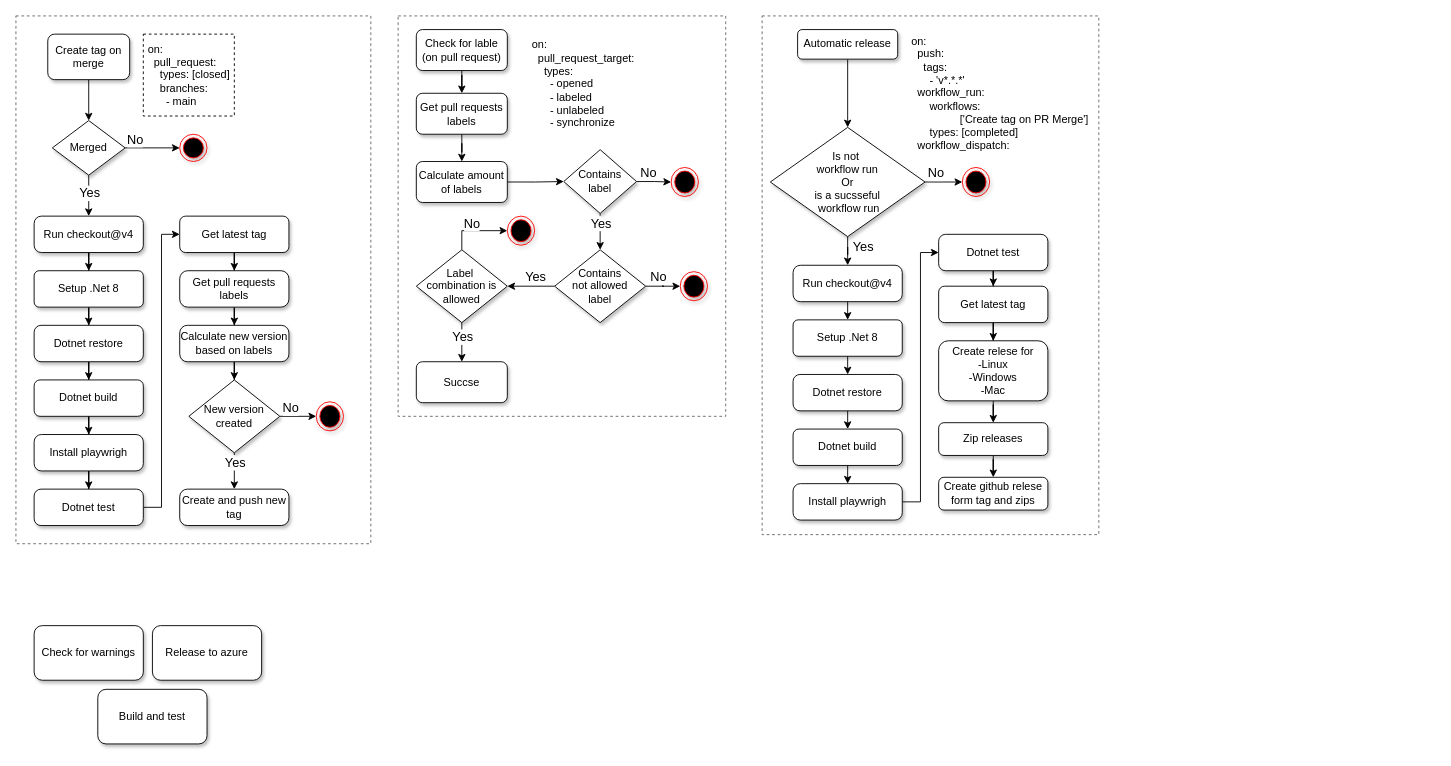
The draw.io diagram docs/models/Github workflows.drawio in ITU-BDSA2024-GROUP10/Chirp, before the edit. Source tidied: cells renumbered, new cells numbered last; positions are measured from the earlier drawing's top-left corner, leaving out a move shared by most shapes. Both pictures are drawn from the tidied source at 91%, with x=0, y=0 at pixel (15, 15).
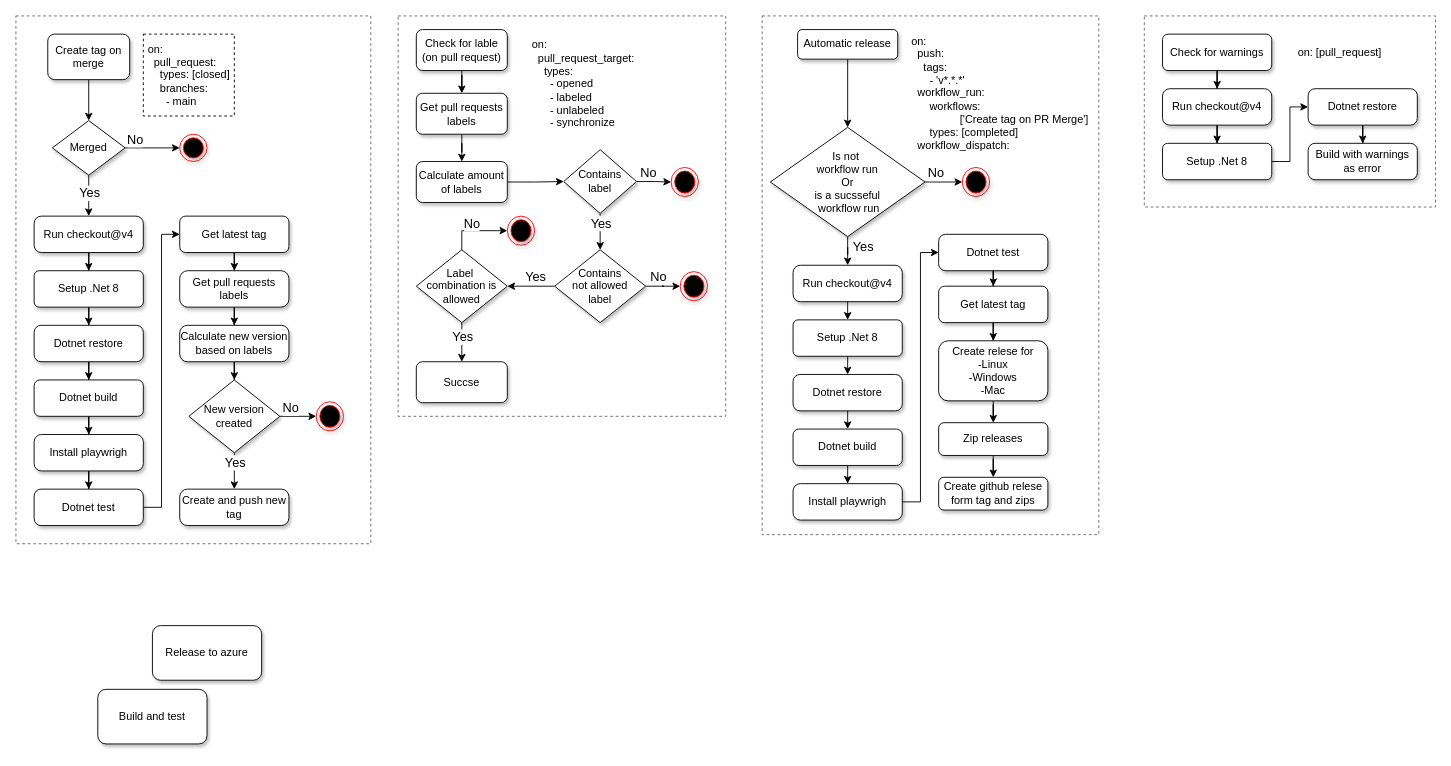
The same diagram, later.

Commit message:
Added diagram for "check for warnings"

Change to the diagram source:
```diff
@@
+    <mxCell id="96" style="rounded=0;whiteSpace=wrap;html=1;fillColor=none;dashed=1;strokeWidth=1;fontColor=#333333;strokeColor=#666666;" parent="1" vertex="1">
+      <mxGeometry x="1240" width="320" height="210" as="geometry" />
+    </mxCell>
@@
+    <mxCell id="97" style="edgeStyle=orthogonalEdgeStyle;rounded=0;jettySize=auto;html=1;entryX=0.5;entryY=0;entryDx=0;entryDy=0;" parent="1" edge="1" source="12" target="100">
+      <mxGeometry relative="1" as="geometry" />
+    </mxCell>
     <mxCell id="12" value="Check for warnings" style="rounded=1;whiteSpace=wrap;html=1;shadow=1;" parent="1" vertex="1">
-      <mxGeometry x="20" y="670" width="120" height="60" as="geometry" />
+      <mxGeometry x="1260" y="20" width="120" height="40" as="geometry" />
     </mxCell>
@@
+    <mxCell id="98" value="on: [pull_request]" style="text;html=1;align=center;verticalAlign=middle;whiteSpace=wrap;rounded=0;" parent="1" vertex="1">
+      <mxGeometry x="1400" y="25" width="110" height="30" as="geometry" />
+    </mxCell>
+    <mxCell id="99" style="edgeStyle=orthogonalEdgeStyle;rounded=0;jettySize=auto;html=1;" parent="1" edge="1" source="100" target="102">
+      <mxGeometry relative="1" as="geometry" />
+    </mxCell>
+    <mxCell id="100" value="Run checkout@v4" style="rounded=1;whiteSpace=wrap;html=1;arcSize=20;shadow=1;" parent="1" vertex="1">
+      <mxGeometry x="1260" y="80" width="120" height="40" as="geometry" />
+    </mxCell>
+    <mxCell id="101" style="edgeStyle=orthogonalEdgeStyle;rounded=0;jettySize=auto;html=1;entryX=0;entryY=0.5;entryDx=0;entryDy=0;" parent="1" edge="1" source="102" target="104">
+      <mxGeometry relative="1" as="geometry" />
+    </mxCell>
+    <mxCell id="102" value="Setup .Net 8" style="rounded=1;whiteSpace=wrap;html=1;arcSize=14;shadow=1;" parent="1" vertex="1">
+      <mxGeometry x="1260" y="140" width="120" height="40" as="geometry" />
+    </mxCell>
+    <mxCell id="103" style="edgeStyle=orthogonalEdgeStyle;rounded=0;jettySize=auto;html=1;" parent="1" edge="1" source="104" target="105">
+      <mxGeometry relative="1" as="geometry" />
+    </mxCell>
+    <mxCell id="104" value="Dotnet restore" style="rounded=1;whiteSpace=wrap;html=1;arcSize=19;shadow=1;" parent="1" vertex="1">
+      <mxGeometry x="1420" y="80" width="120" height="40" as="geometry" />
+    </mxCell>
+    <mxCell id="105" value="Build with warnings as error" style="rounded=1;whiteSpace=wrap;html=1;arcSize=19;shadow=1;" parent="1" vertex="1">
+      <mxGeometry x="1420" y="140" width="120" height="40" as="geometry" />
+    </mxCell>
```
